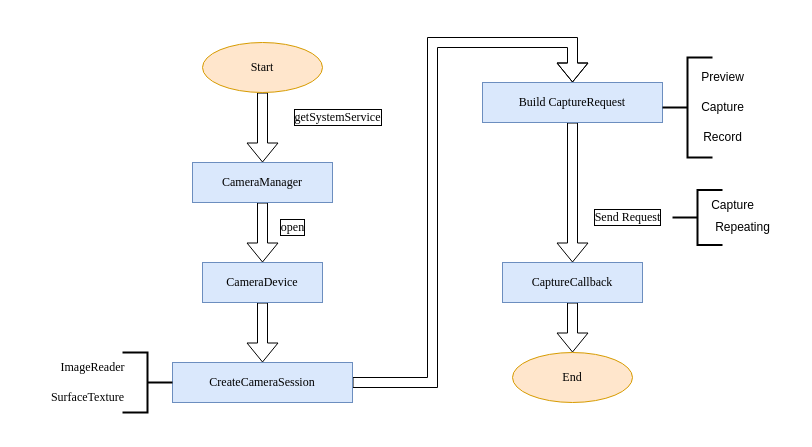
Bright-Hsu/Real-Time-Trans-Server keeps this draw.io diagram as camera2.drawio. Above is the earlier version. Source tidied: cells renumbered, new cells numbered last; positions are measured from the earlier drawing's top-left corner, leaving out a move shared by most shapes. Both pictures are drawn from the tidied source at 100%, with x=0, y=0 at pixel (27, 42).
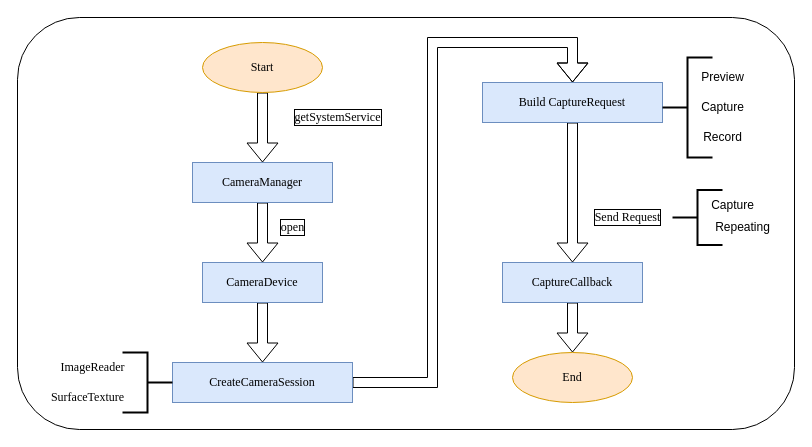
The same page after the edit.

What changed in the source:
```diff
@@
+    <mxCell id="28" style="rounded=1;whiteSpace=wrap;html=1;fillColor=none;" parent="1" vertex="1">
+      <mxGeometry x="-10" y="-25" width="777" height="412" as="geometry" />
+    </mxCell>
```
